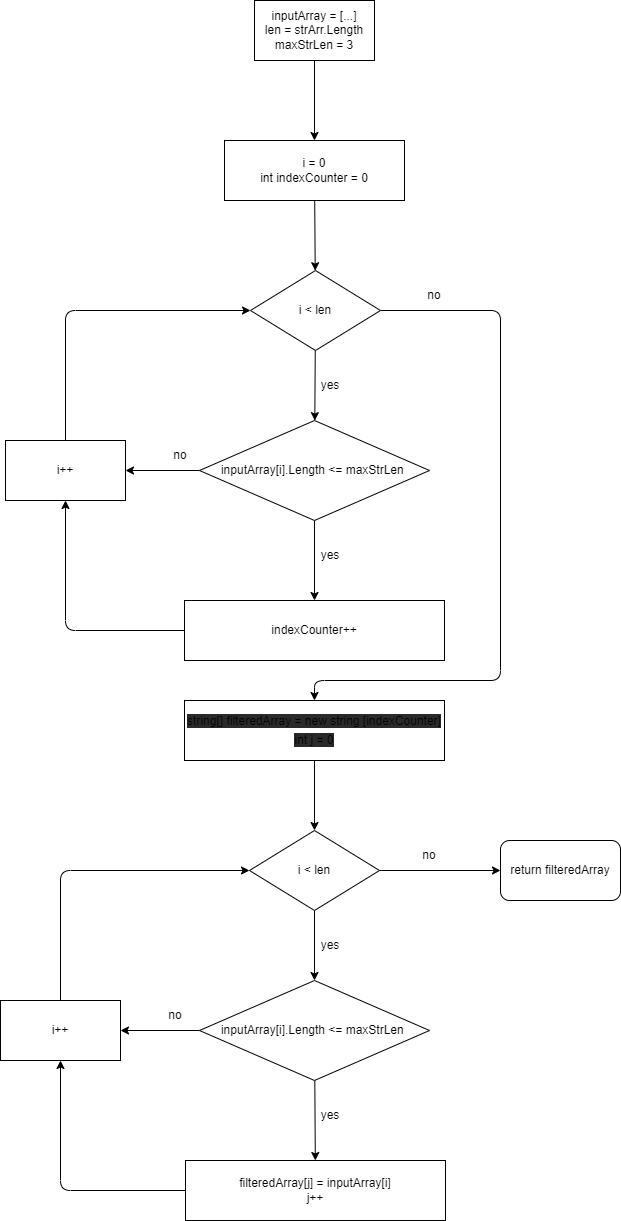
Krooper/C-Sharp-Basics-final-task keeps this draw.io diagram as diagram.drawio.png. Above is the earlier version. Source tidied: cells renumbered, new cells last; positions are measured from the earlier drawing's top-left corner, leaving out a move shared by most shapes.
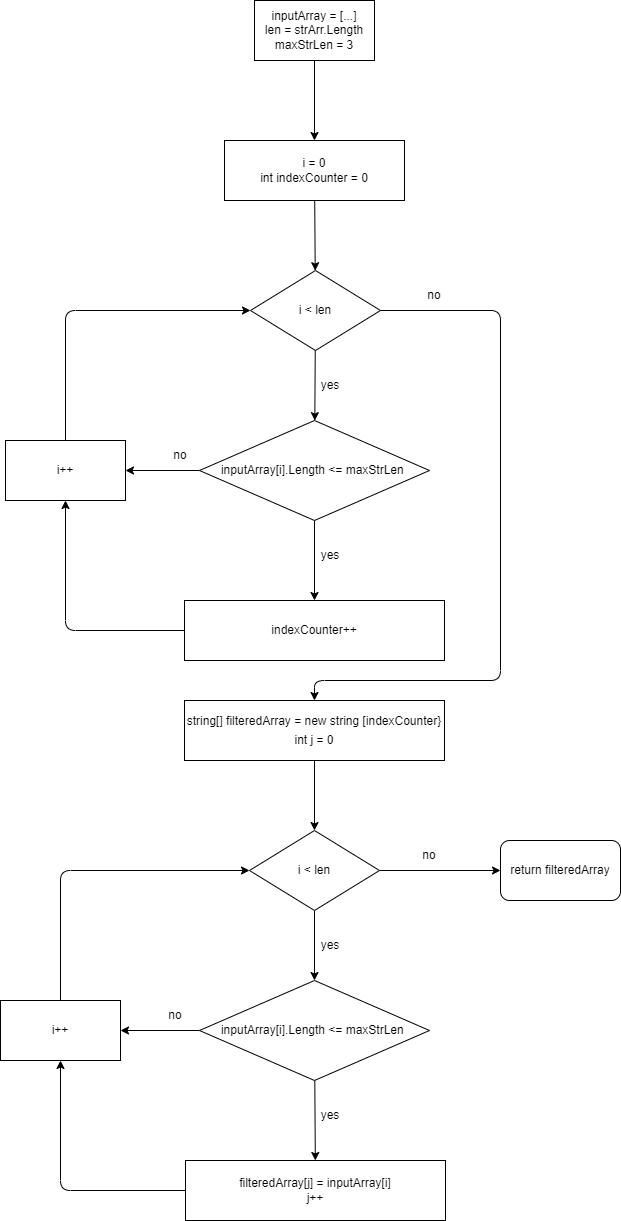
Later version of the same file.

Commit message:
changed the ArrayElementFilter method and modified diagram and readme files so that they all were up-to-date

Diff of the diagram source:
```diff
@@ -73,7 +73,7 @@
     <mxCell id="20" value="yes" style="text;html=1;strokeColor=none;fillColor=none;align=center;verticalAlign=middle;whiteSpace=wrap;rounded=0;" parent="1" vertex="1">
       <mxGeometry x="300" y="540" width="60" height="30" as="geometry" />
     </mxCell>
-    <mxCell id="21" value="&lt;div style=&quot;line-height: 19px&quot;&gt;&lt;div&gt;&lt;span style=&quot;background-color: rgb(42 , 42 , 42)&quot;&gt;string[] filteredArray = new string [indexCounter]&lt;/span&gt;&lt;/div&gt;&lt;div&gt;&lt;span style=&quot;background-color: rgb(42 , 42 , 42)&quot;&gt;int j = 0&lt;/span&gt;&lt;/div&gt;&lt;/div&gt;" style="rounded=0;whiteSpace=wrap;html=1;" parent="1" vertex="1">
+    <mxCell id="21" value="&lt;div style=&quot;line-height: 19px&quot;&gt;&lt;div&gt;&lt;span&gt;string[] filteredArray = new string [indexCounter}&lt;/span&gt;&lt;br&gt;&lt;/div&gt;&lt;div&gt;int j = 0&lt;/div&gt;&lt;/div&gt;" style="rounded=0;whiteSpace=wrap;html=1;" parent="1" vertex="1">
       <mxGeometry x="184" y="700" width="260" height="60" as="geometry" />
     </mxCell>
     <mxCell id="22" style="edgeStyle=none;html=1;exitX=0.5;exitY=1;exitDx=0;exitDy=0;" parent="1" edge="1" source="21" target="25">
```
